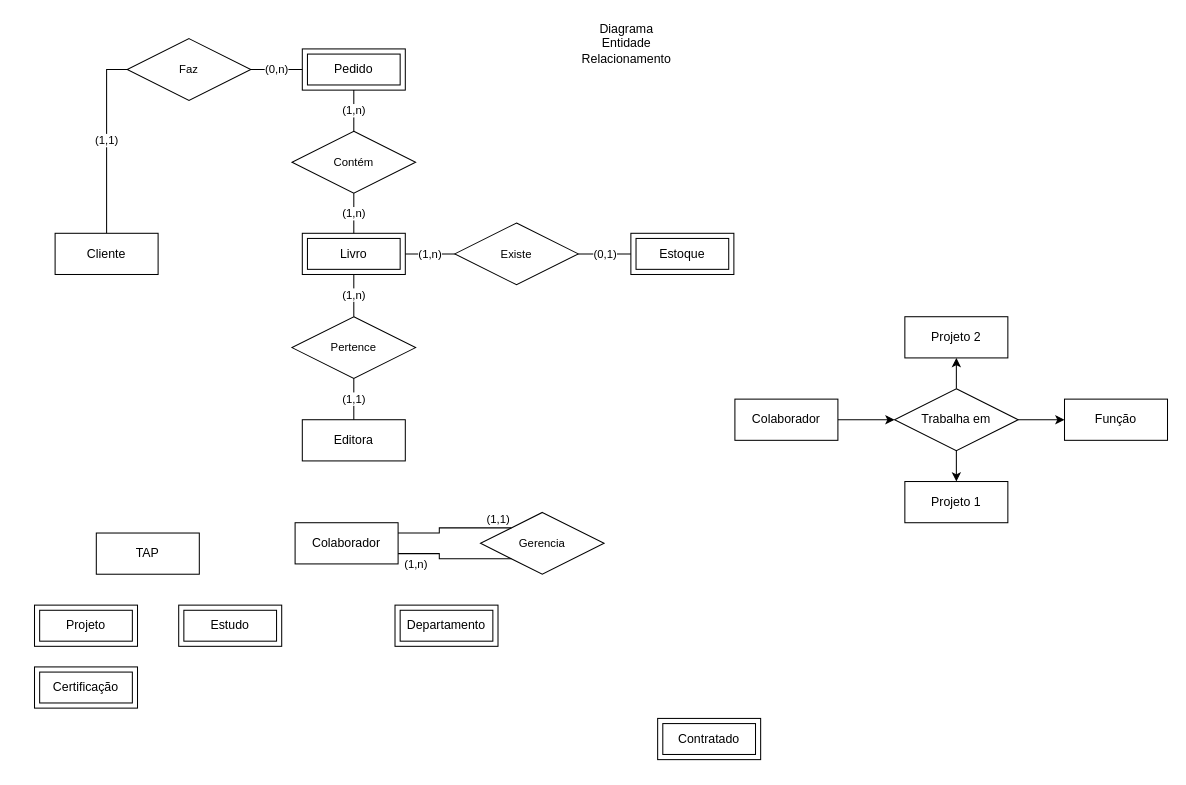
Earlier version of the draw.io diagram page "Page-1" (1 of 2) of Ativos de produção.drawio (danielpiupiu/Projetos). Source tidied: cells renumbered, new cells numbered last; positions are measured from the earlier drawing's top-left corner, leaving out a move shared by most shapes. Both pictures are drawn from the tidied source at 103%, with x=0, y=0 at pixel (34, 28).
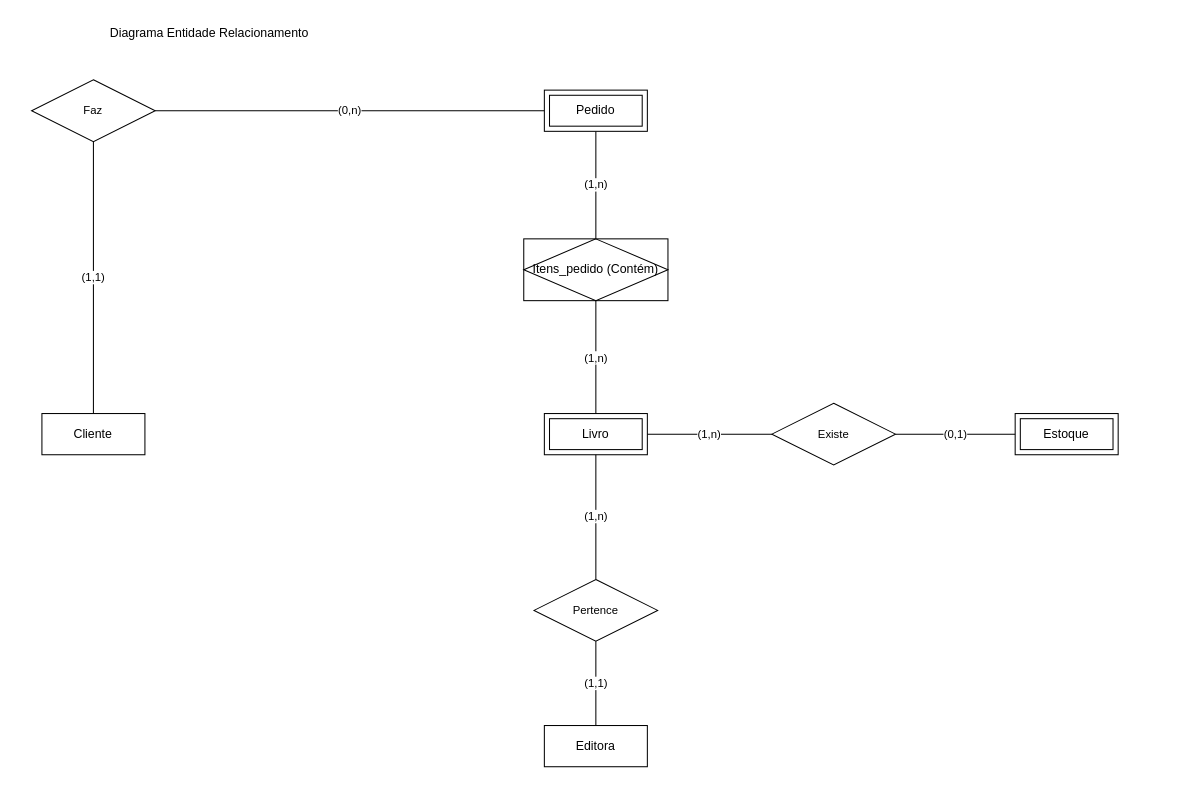
The same page after the edit.

Change to the diagram source:
```diff
@@
-    <mxCell id="2" style="edgeStyle=orthogonalEdgeStyle;rounded=0;jettySize=auto;html=1;strokeColor=default;align=center;verticalAlign=middle;fontFamily=Helvetica;fontSize=11;fontColor=default;labelBackgroundColor=default;endArrow=classic;" parent="1" edge="1" source="3" target="20">
-      <mxGeometry relative="1" as="geometry" />
-    </mxCell>
-    <mxCell id="3" value="Colaborador" style="whiteSpace=wrap;html=1;align=center;" parent="1" vertex="1">
-      <mxGeometry x="680" y="360" width="100" height="40" as="geometry" />
-    </mxCell>
-    <mxCell id="4" value="Contratado" style="shape=ext;margin=3;double=1;whiteSpace=wrap;html=1;align=center;" parent="1" vertex="1">
-      <mxGeometry x="605" y="670" width="100" height="40" as="geometry" />
-    </mxCell>
-    <mxCell id="5" value="TAP" style="whiteSpace=wrap;html=1;align=center;" parent="1" vertex="1">
-      <mxGeometry x="60" y="490" width="100" height="40" as="geometry" />
-    </mxCell>
-    <mxCell id="6" value="(1,1)" style="edgeStyle=orthogonalEdgeStyle;rounded=0;jettySize=auto;html=1;exitX=0.5;exitY=0;exitDx=0;exitDy=0;entryX=0;entryY=0.5;entryDx=0;entryDy=0;strokeColor=default;align=center;verticalAlign=middle;fontFamily=Helvetica;fontSize=11;fontColor=default;labelBackgroundColor=default;endArrow=none;" parent="1" edge="1" source="7" target="31">
+    <mxCell id="6" value="(1,1)" style="edgeStyle=orthogonalEdgeStyle;rounded=0;jettySize=auto;html=1;exitX=0.5;exitY=0;exitDx=0;exitDy=0;entryX=0.5;entryY=1;entryDx=0;entryDy=0;strokeColor=default;align=center;verticalAlign=middle;fontFamily=Helvetica;fontSize=11;fontColor=default;labelBackgroundColor=default;endArrow=none;" parent="1" edge="1" source="7" target="31">
       <mxGeometry relative="1" as="geometry" />
     </mxCell>
     <mxCell id="7" value="Cliente" style="whiteSpace=wrap;html=1;align=center;" parent="1" vertex="1">
-      <mxGeometry x="20" y="199" width="100" height="40" as="geometry" />
+      <mxGeometry x="7.2" y="374" width="100" height="40" as="geometry" />
     </mxCell>
     <mxCell id="8" value="Editora" style="whiteSpace=wrap;html=1;align=center;" parent="1" vertex="1">
-      <mxGeometry x="260" y="380" width="100" height="40" as="geometry" />
+      <mxGeometry x="495" y="676.9" width="100" height="40" as="geometry" />
     </mxCell>
     <mxCell id="9" value="Livro" style="shape=ext;margin=3;double=1;whiteSpace=wrap;html=1;align=center;" parent="1" vertex="1">
-      <mxGeometry x="260" y="199" width="100" height="40" as="geometry" />
+      <mxGeometry x="495" y="374" width="100" height="40" as="geometry" />
     </mxCell>
+    <mxCell id="41" value="(1,n)" style="edgeStyle=orthogonalEdgeStyle;rounded=0;jettySize=auto;html=1;exitX=0.5;exitY=1;exitDx=0;exitDy=0;endArrow=none;endFill=0;" parent="1" edge="1" source="10" target="42">
+      <mxGeometry relative="1" as="geometry" />
+    </mxCell>
     <mxCell id="10" value="Pedido" style="shape=ext;margin=3;double=1;whiteSpace=wrap;html=1;align=center;" parent="1" vertex="1">
-      <mxGeometry x="260" y="20" width="100" height="40" as="geometry" />
+      <mxGeometry x="495" y="60" width="100" height="40" as="geometry" />
     </mxCell>
     <mxCell id="11" value="Estoque" style="shape=ext;margin=3;double=1;whiteSpace=wrap;html=1;align=center;" parent="1" vertex="1">
-      <mxGeometry x="579" y="199" width="100" height="40" as="geometry" />
+      <mxGeometry x="952.1" y="374" width="100" height="40" as="geometry" />
     </mxCell>
-    <mxCell id="12" value="Departamento" style="shape=ext;margin=3;double=1;whiteSpace=wrap;html=1;align=center;" parent="1" vertex="1">
-      <mxGeometry x="350" y="560" width="100" height="40" as="geometry" />
-    </mxCell>
-    <mxCell id="13" value="Projeto" style="shape=ext;margin=3;double=1;whiteSpace=wrap;html=1;align=center;" parent="1" vertex="1">
-      <mxGeometry y="560" width="100" height="40" as="geometry" />
-    </mxCell>
-    <mxCell id="14" value="Estudo" style="shape=ext;margin=3;double=1;whiteSpace=wrap;html=1;align=center;" parent="1" vertex="1">
-      <mxGeometry x="140" y="560" width="100" height="40" as="geometry" />
-    </mxCell>
-    <mxCell id="15" value="Certificação" style="shape=ext;margin=3;double=1;whiteSpace=wrap;html=1;align=center;" parent="1" vertex="1">
-      <mxGeometry y="620" width="100" height="40" as="geometry" />
-    </mxCell>
     <mxCell id="16" value="Diagrama Entidade Relacionamento" style="text;html=1;align=center;verticalAlign=middle;whiteSpace=wrap;rounded=0;" parent="1" vertex="1">
-      <mxGeometry x="545" width="60" height="30" as="geometry" />
+      <mxGeometry x="-16.4" y="-10" width="371.7" height="30" as="geometry" />
     </mxCell>
-    <mxCell id="17" style="edgeStyle=orthogonalEdgeStyle;rounded=0;jettySize=auto;html=1;strokeColor=default;align=center;verticalAlign=middle;fontFamily=Helvetica;fontSize=11;fontColor=default;labelBackgroundColor=default;endArrow=classic;" parent="1" edge="1" source="20" target="24">
-      <mxGeometry relative="1" as="geometry" />
-    </mxCell>
-    <mxCell id="18" style="edgeStyle=orthogonalEdgeStyle;rounded=0;jettySize=auto;html=1;strokeColor=default;align=center;verticalAlign=middle;fontFamily=Helvetica;fontSize=11;fontColor=default;labelBackgroundColor=default;endArrow=classic;" parent="1" edge="1" source="20" target="22">
-      <mxGeometry relative="1" as="geometry" />
-    </mxCell>
-    <mxCell id="19" style="edgeStyle=orthogonalEdgeStyle;rounded=0;jettySize=auto;html=1;strokeColor=default;align=center;verticalAlign=middle;fontFamily=Helvetica;fontSize=11;fontColor=default;labelBackgroundColor=default;endArrow=classic;" parent="1" edge="1" source="20" target="23">
-      <mxGeometry relative="1" as="geometry" />
-    </mxCell>
-    <mxCell id="20" value="Trabalha em" style="shape=rhombus;perimeter=rhombusPerimeter;whiteSpace=wrap;html=1;align=center;" parent="1" vertex="1">
-      <mxGeometry x="835" y="350" width="120" height="60" as="geometry" />
-    </mxCell>
-    <mxCell id="21" value="Colaborador" style="whiteSpace=wrap;html=1;align=center;" parent="1" vertex="1">
-      <mxGeometry x="253" y="480" width="100" height="40" as="geometry" />
-    </mxCell>
-    <mxCell id="22" value="Função" style="whiteSpace=wrap;html=1;align=center;" parent="1" vertex="1">
-      <mxGeometry x="1000" y="360" width="100" height="40" as="geometry" />
-    </mxCell>
-    <mxCell id="23" value="Projeto 1" style="whiteSpace=wrap;html=1;align=center;" parent="1" vertex="1">
-      <mxGeometry x="845" y="440" width="100" height="40" as="geometry" />
-    </mxCell>
-    <mxCell id="24" value="Projeto 2" style="whiteSpace=wrap;html=1;align=center;" parent="1" vertex="1">
-      <mxGeometry x="845" y="280" width="100" height="40" as="geometry" />
-    </mxCell>
-    <mxCell id="25" value="Gerencia" style="shape=rhombus;perimeter=rhombusPerimeter;whiteSpace=wrap;html=1;align=center;fontFamily=Helvetica;fontSize=11;fontColor=default;labelBackgroundColor=default;" parent="1" vertex="1">
-      <mxGeometry x="433" y="470" width="120" height="60" as="geometry" />
-    </mxCell>
-    <mxCell id="26" style="endArrow=none;html=1;rounded=0;strokeColor=default;align=center;verticalAlign=middle;fontFamily=Helvetica;fontSize=11;fontColor=default;labelBackgroundColor=default;edgeStyle=orthogonalEdgeStyle;entryX=0;entryY=0;entryDx=0;entryDy=0;exitX=1;exitY=0.25;exitDx=0;exitDy=0;" parent="1" edge="1" source="21" target="25">
-      <mxGeometry relative="1" as="geometry" />
-    </mxCell>
-    <mxCell id="27" value="(1,1)" style="html=1;whiteSpace=wrap;align=right;verticalAlign=bottom;fontFamily=Helvetica;fontSize=11;fontColor=default;labelBackgroundColor=default;" parent="26" vertex="1">
-      <mxGeometry x="1" relative="1" as="geometry" />
-    </mxCell>
-    <mxCell id="28" style="endArrow=none;html=1;rounded=0;strokeColor=default;align=center;verticalAlign=middle;fontFamily=Helvetica;fontSize=11;fontColor=default;labelBackgroundColor=default;edgeStyle=orthogonalEdgeStyle;exitX=0;exitY=1;exitDx=0;exitDy=0;entryX=1;entryY=0.75;entryDx=0;entryDy=0;" parent="1" edge="1" source="25" target="21">
-      <mxGeometry relative="1" as="geometry" />
-    </mxCell>
-    <mxCell id="29" value="(1,n)" style="html=1;whiteSpace=wrap;align=right;verticalAlign=bottom;fontFamily=Helvetica;fontSize=11;fontColor=default;labelBackgroundColor=default;" parent="28" vertex="1">
-      <mxGeometry x="1" relative="1" as="geometry">
-        <mxPoint x="30" y="18" as="offset" />
-      </mxGeometry>
-    </mxCell>
@@
     <mxCell id="31" value="Faz" style="shape=rhombus;perimeter=rhombusPerimeter;whiteSpace=wrap;html=1;align=center;fontFamily=Helvetica;fontSize=11;fontColor=default;labelBackgroundColor=default;" parent="1" vertex="1">
-      <mxGeometry x="90" y="10" width="120" height="60" as="geometry" />
+      <mxGeometry x="-2.8" y="50" width="120" height="60" as="geometry" />
     </mxCell>
-    <mxCell id="32" value="Contém" style="shape=rhombus;perimeter=rhombusPerimeter;whiteSpace=wrap;html=1;align=center;fontFamily=Helvetica;fontSize=11;fontColor=default;labelBackgroundColor=default;" parent="1" vertex="1">
-      <mxGeometry x="250" y="100" width="120" height="60" as="geometry" />
-    </mxCell>
-    <mxCell id="33" value="(1,n)" style="endArrow=none;html=1;rounded=0;strokeColor=default;align=center;verticalAlign=middle;fontFamily=Helvetica;fontSize=11;fontColor=default;labelBackgroundColor=default;edgeStyle=orthogonalEdgeStyle;entryX=0.5;entryY=0;entryDx=0;entryDy=0;" parent="1" edge="1" source="10" target="32">
-      <mxGeometry relative="1" as="geometry" />
-    </mxCell>
-    <mxCell id="34" value="(1,n)" style="endArrow=none;html=1;rounded=0;strokeColor=default;align=center;verticalAlign=middle;fontFamily=Helvetica;fontSize=11;fontColor=default;labelBackgroundColor=default;edgeStyle=orthogonalEdgeStyle;entryX=0.5;entryY=0;entryDx=0;entryDy=0;" parent="1" edge="1" source="32" target="9">
+    <mxCell id="34" value="(1,n)" style="endArrow=none;html=1;rounded=0;strokeColor=default;align=center;verticalAlign=middle;fontFamily=Helvetica;fontSize=11;fontColor=default;labelBackgroundColor=default;edgeStyle=orthogonalEdgeStyle;entryX=0.5;entryY=0;entryDx=0;entryDy=0;exitX=0.5;exitY=1;exitDx=0;exitDy=0;" parent="1" edge="1" source="42" target="9">
       <mxGeometry x="0.03" relative="1" as="geometry" />
     </mxCell>
@@
     <mxCell id="36" value="Pertence" style="shape=rhombus;perimeter=rhombusPerimeter;whiteSpace=wrap;html=1;align=center;fontFamily=Helvetica;fontSize=11;fontColor=default;labelBackgroundColor=default;" parent="1" vertex="1">
-      <mxGeometry x="250" y="280" width="120" height="60" as="geometry" />
+      <mxGeometry x="485" y="535.1" width="120" height="60" as="geometry" />
     </mxCell>
@@
     <mxCell id="39" value="Existe" style="shape=rhombus;perimeter=rhombusPerimeter;whiteSpace=wrap;html=1;align=center;fontFamily=Helvetica;fontSize=11;fontColor=default;labelBackgroundColor=default;" parent="1" vertex="1">
-      <mxGeometry x="408" y="189" width="120" height="60" as="geometry" />
+      <mxGeometry x="715.9" y="364" width="120" height="60" as="geometry" />
     </mxCell>
@@
+    <mxCell id="42" value="Itens_pedido (Contém)" style="shape=associativeEntity;whiteSpace=wrap;html=1;align=center;" parent="1" vertex="1">
+      <mxGeometry x="475" y="204.4" width="140" height="60" as="geometry" />
+    </mxCell>
```
